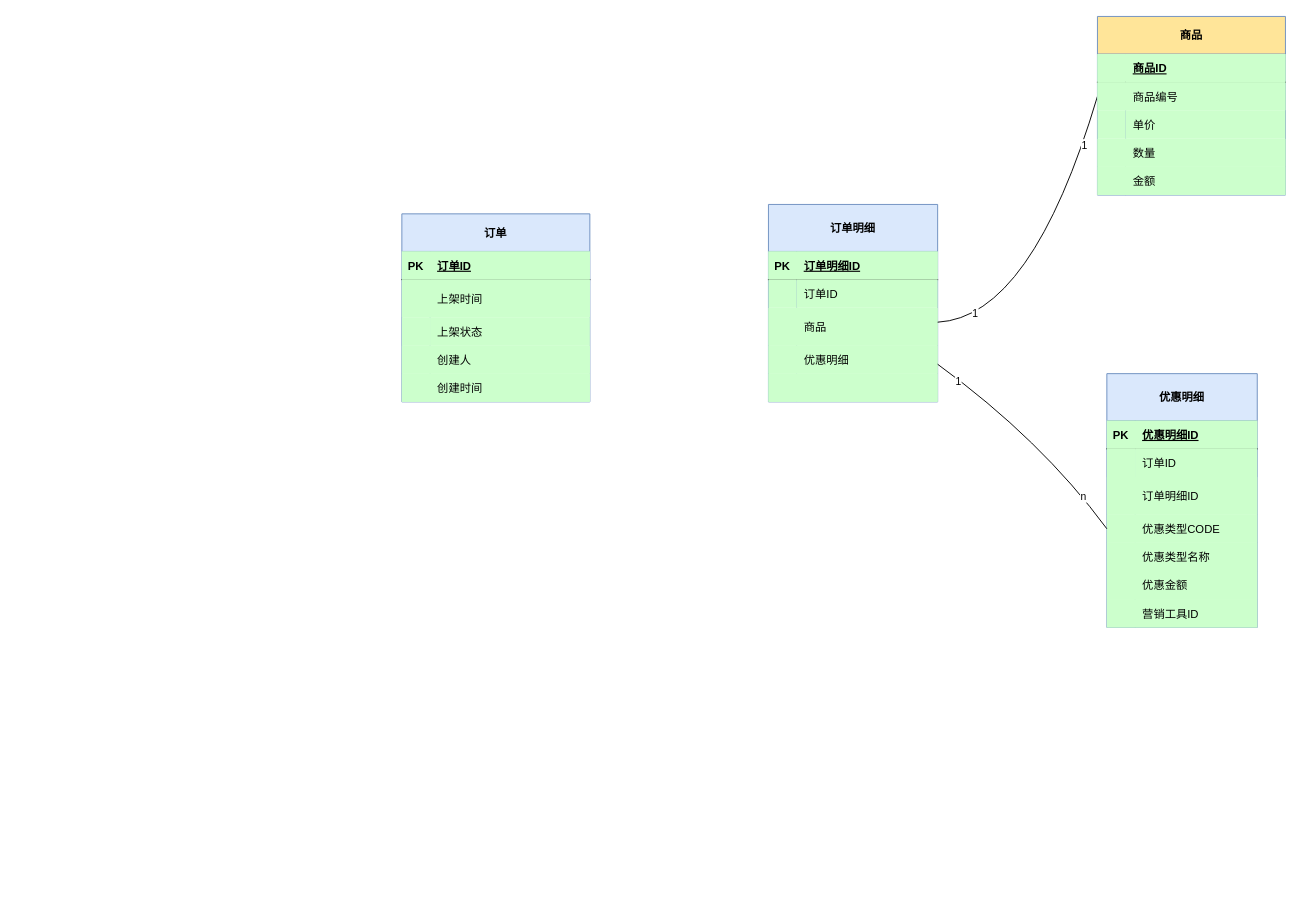
linxiaofan/linhenghui keeps this draw.io diagram as 订单能力.drawio. Above is the earlier version. Source tidied: cells renumbered, new cells numbered last; positions are measured from the earlier drawing's top-left corner, leaving out a move shared by most shapes. Both pictures are drawn from the tidied source at 94%, with x=0, y=0 at pixel (401, 16).
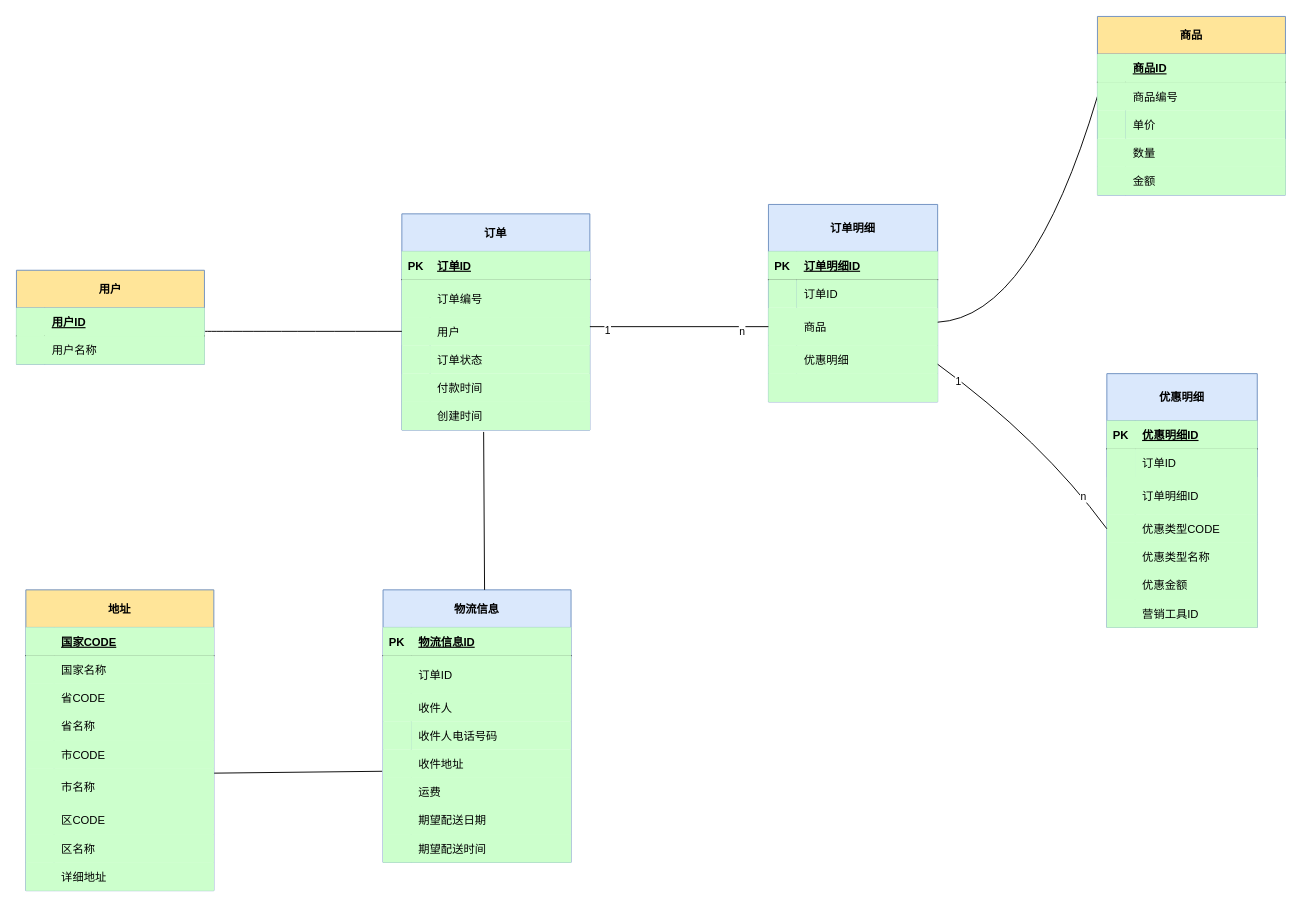
The same page after the edit.

Commit message (it also covers changes not shown here):
更新订单能力.drawio

The change refers to these unchanged cells:
```xml
<mxCell id="6" style="shape=partialRectangle;top=0;left=0;bottom=0;right=0;fillColor=#CCFFCC;" parent="2" vertex="1">
  <mxGeometry y="70" width="200" height="40" as="geometry" />
</mxCell>
<mxCell id="25" style="shape=partialRectangle;top=0;left=0;bottom=0;right=0;points=[[0,0.5],[1,0.5]];portConstraint=eastwest;fillColor=#CCFFCC;" parent="18" vertex="1">
  <mxGeometry y="110" width="180" height="40" as="geometry" />
</mxCell>
<mxCell id="34" style="endArrow=none;html=1;entryX=0;entryY=0.5;entryDx=0;entryDy=0;curved=1;" parent="1" edge="1" source="25" target="41">
  <mxGeometry relative="1" as="geometry">
    <Array as="points">
      <mxPoint x="670" y="320" />
    </Array>
  </mxGeometry>
</mxCell>
```

The edit, as a diff of the source:
```diff
@@
     <mxCell id="2" value="订单" style="shape=table;startSize=40;childLayout=tableLayout;rowLines=0;fontStyle=1;align=center;fillColor=#dae8fc;strokeColor=#6c8ebf;" parent="1" vertex="1">
-      <mxGeometry y="210" width="200" height="200" as="geometry" />
+      <mxGeometry y="210" width="200" height="230" as="geometry" />
     </mxCell>
@@
-    <mxCell id="8" value="上架时间" style="shape=partialRectangle;top=0;left=0;bottom=0;right=0;align=left;spacingLeft=6;overflow=hidden;fillColor=#CCFFCC;" parent="6" vertex="1">
+    <mxCell id="8" value="订单编号" style="shape=partialRectangle;top=0;left=0;bottom=0;right=0;align=left;spacingLeft=6;overflow=hidden;fillColor=#CCFFCC;" parent="6" vertex="1">
       <mxGeometry x="30" width="170" height="40" as="geometry" />
     </mxCell>
+    <mxCell id="78" style="shape=partialRectangle;top=0;left=0;bottom=0;right=0;points=[[0,0.5],[1,0.5]];portConstraint=eastwest;fillColor=#CCFFCC;" parent="2" vertex="1">
+      <mxGeometry y="110" width="200" height="30" as="geometry" />
+    </mxCell>
+    <mxCell id="79" style="shape=partialRectangle;top=0;left=0;bottom=0;right=0;overflow=hidden;fillColor=#CCFFCC;" parent="78" vertex="1">
+      <mxGeometry width="30" height="30" as="geometry" />
+    </mxCell>
+    <mxCell id="80" value="用户" style="shape=partialRectangle;top=0;left=0;bottom=0;right=0;align=left;spacingLeft=6;overflow=hidden;fillColor=#CCFFCC;" parent="78" vertex="1">
+      <mxGeometry x="30" width="170" height="30" as="geometry" />
+    </mxCell>
     <mxCell id="9" style="shape=partialRectangle;fillColor=none;top=0;left=0;bottom=0;right=0;strokeWidth=1;align=left;" parent="2" vertex="1">
-      <mxGeometry y="110" width="200" height="30" as="geometry" />
+      <mxGeometry y="140" width="200" height="30" as="geometry" />
     </mxCell>
@@
-    <mxCell id="11" value="上架状态" style="shape=partialRectangle;top=0;left=0;bottom=0;right=0;align=left;spacingLeft=6;overflow=hidden;strokeColor=#82b366;fillColor=#CCFFCC;" parent="9" vertex="1">
+    <mxCell id="11" value="订单状态" style="shape=partialRectangle;top=0;left=0;bottom=0;right=0;align=left;spacingLeft=6;overflow=hidden;strokeColor=#82b366;fillColor=#CCFFCC;" parent="9" vertex="1">
       <mxGeometry x="30" width="170" height="30" as="geometry" />
     </mxCell>
     <mxCell id="12" style="shape=partialRectangle;top=0;left=0;bottom=0;right=0;fillColor=#CCFFCC;" parent="2" vertex="1">
-      <mxGeometry y="140" width="200" height="30" as="geometry" />
+      <mxGeometry y="170" width="200" height="30" as="geometry" />
     </mxCell>
@@
-    <mxCell id="14" value="创建人" style="shape=partialRectangle;top=0;left=0;bottom=0;right=0;align=left;spacingLeft=6;overflow=hidden;fillColor=#CCFFCC;" parent="12" vertex="1">
+    <mxCell id="14" value="付款时间" style="shape=partialRectangle;top=0;left=0;bottom=0;right=0;align=left;spacingLeft=6;overflow=hidden;fillColor=#CCFFCC;" parent="12" vertex="1">
       <mxGeometry x="30" width="170" height="30" as="geometry" />
     </mxCell>
     <mxCell id="15" style="shape=partialRectangle;top=0;left=0;bottom=0;right=0;points=[[0,0.5],[1,0.5]];portConstraint=eastwest;fillColor=#CCFFCC;" parent="2" vertex="1">
-      <mxGeometry y="170" width="200" height="30" as="geometry" />
+      <mxGeometry y="200" width="200" height="30" as="geometry" />
     </mxCell>
@@
-    <mxCell id="35" value="1" style="edgeLabel;html=1;align=center;verticalAlign=middle;" parent="34" vertex="1">
-      <mxGeometry x="-0.77" y="8" relative="1" as="geometry" />
-    </mxCell>
-    <mxCell id="36" value="1" style="edgeLabel;html=1;align=center;verticalAlign=middle;" parent="34" vertex="1">
-      <mxGeometry x="0.69" y="-1" relative="1" as="geometry" />
-    </mxCell>
@@
+    <mxCell id="81" style="endArrow=none;html=1;curved=1;entryX=0;entryY=0.5;entryDx=0;entryDy=0;" parent="1" edge="1" target="78">
+      <mxGeometry relative="1" as="geometry">
+        <mxPoint x="-210" y="335" as="sourcePoint" />
+      </mxGeometry>
+    </mxCell>
+    <mxCell id="82" value="用户" style="shape=table;startSize=40;childLayout=tableLayout;rowLines=0;fontStyle=1;align=center;strokeColor=#6c8ebf;fillColor=#FFE599;" parent="1" vertex="1">
+      <mxGeometry x="-410" y="270" width="200" height="100" as="geometry" />
+    </mxCell>
+    <mxCell id="83" style="shape=partialRectangle;top=0;left=0;bottom=1;right=0;fillColor=#CCFFCC;" parent="82" vertex="1">
+      <mxGeometry y="40" width="200" height="30" as="geometry" />
+    </mxCell>
+    <mxCell id="84" style="shape=partialRectangle;top=0;left=0;bottom=0;right=0;fontStyle=1;overflow=hidden;fillColor=#CCFFCC;" parent="83" vertex="1">
+      <mxGeometry width="30" height="30" as="geometry" />
+    </mxCell>
+    <mxCell id="85" value="用户ID" style="shape=partialRectangle;top=0;left=0;bottom=0;right=0;align=left;spacingLeft=6;fontStyle=5;overflow=hidden;fillColor=#CCFFCC;" parent="83" vertex="1">
+      <mxGeometry x="30" width="170" height="30" as="geometry" />
+    </mxCell>
+    <mxCell id="86" style="shape=partialRectangle;top=0;left=0;bottom=0;right=0;fillColor=#CCFFCC;" parent="82" vertex="1">
+      <mxGeometry y="70" width="200" height="30" as="geometry" />
+    </mxCell>
+    <mxCell id="87" style="shape=partialRectangle;top=0;left=0;bottom=0;right=0;overflow=hidden;fillColor=#CCFFCC;" parent="86" vertex="1">
+      <mxGeometry width="30" height="30" as="geometry" />
+    </mxCell>
+    <mxCell id="88" value="用户名称" style="shape=partialRectangle;top=0;left=0;bottom=0;right=0;align=left;spacingLeft=6;overflow=hidden;fillColor=#CCFFCC;" parent="86" vertex="1">
+      <mxGeometry x="30" width="170" height="30" as="geometry" />
+    </mxCell>
+    <mxCell id="89" style="endArrow=none;html=1;rounded=0;" parent="1" edge="1" target="25">
+      <mxGeometry relative="1" as="geometry">
+        <mxPoint x="200" y="330" as="sourcePoint" />
+      </mxGeometry>
+    </mxCell>
+    <mxCell id="90" value="1" style="edgeLabel;html=1;align=center;verticalAlign=middle;" parent="89" vertex="1">
+      <mxGeometry x="-0.81" y="-3" relative="1" as="geometry" />
+    </mxCell>
+    <mxCell id="91" value="n" style="edgeLabel;html=1;align=center;verticalAlign=middle;" parent="89" vertex="1">
+      <mxGeometry x="0.69" y="-4" relative="1" as="geometry" />
+    </mxCell>
+    <mxCell id="92" value="物流信息" style="shape=table;startSize=40;childLayout=tableLayout;rowLines=0;fontStyle=1;align=center;fillColor=#dae8fc;strokeColor=#6c8ebf;" parent="1" vertex="1">
+      <mxGeometry x="-20" y="610" width="200" height="290" as="geometry" />
+    </mxCell>
+    <mxCell id="93" style="shape=partialRectangle;top=0;left=0;bottom=1;right=0;fillColor=#CCFFCC;" parent="92" vertex="1">
+      <mxGeometry y="40" width="200" height="30" as="geometry" />
+    </mxCell>
+    <mxCell id="94" value="PK" style="shape=partialRectangle;top=0;left=0;bottom=0;right=0;fontStyle=1;overflow=hidden;fillColor=#CCFFCC;" parent="93" vertex="1">
+      <mxGeometry width="30" height="30" as="geometry" />
+    </mxCell>
+    <mxCell id="95" value="物流信息ID" style="shape=partialRectangle;top=0;left=0;bottom=0;right=0;align=left;spacingLeft=6;fontStyle=5;overflow=hidden;fillColor=#CCFFCC;" parent="93" vertex="1">
+      <mxGeometry x="30" width="170" height="30" as="geometry" />
+    </mxCell>
+    <mxCell id="96" style="shape=partialRectangle;top=0;left=0;bottom=0;right=0;fillColor=#CCFFCC;" parent="92" vertex="1">
+      <mxGeometry y="70" width="200" height="40" as="geometry" />
+    </mxCell>
+    <mxCell id="97" style="shape=partialRectangle;top=0;left=0;bottom=0;right=0;overflow=hidden;fillColor=#CCFFCC;" parent="96" vertex="1">
+      <mxGeometry width="30" height="40" as="geometry" />
+    </mxCell>
+    <mxCell id="98" value="订单ID" style="shape=partialRectangle;top=0;left=0;bottom=0;right=0;align=left;spacingLeft=6;overflow=hidden;fillColor=#CCFFCC;" parent="96" vertex="1">
+      <mxGeometry x="30" width="170" height="40" as="geometry" />
+    </mxCell>
+    <mxCell id="99" style="shape=partialRectangle;top=0;left=0;bottom=0;right=0;fillColor=#CCFFCC;" parent="92" vertex="1">
+      <mxGeometry y="110" width="200" height="30" as="geometry" />
+    </mxCell>
+    <mxCell id="100" style="shape=partialRectangle;top=0;left=0;bottom=0;right=0;overflow=hidden;fillColor=#CCFFCC;" parent="99" vertex="1">
+      <mxGeometry width="30" height="30" as="geometry" />
+    </mxCell>
+    <mxCell id="101" value="收件人" style="shape=partialRectangle;top=0;left=0;bottom=0;right=0;align=left;spacingLeft=6;overflow=hidden;fillColor=#CCFFCC;" parent="99" vertex="1">
+      <mxGeometry x="30" width="170" height="30" as="geometry" />
+    </mxCell>
+    <mxCell id="102" style="shape=partialRectangle;fillColor=none;top=0;left=0;bottom=0;right=0;strokeWidth=1;align=left;" parent="92" vertex="1">
+      <mxGeometry y="140" width="200" height="30" as="geometry" />
+    </mxCell>
+    <mxCell id="103" style="shape=partialRectangle;top=0;left=0;bottom=0;right=0;overflow=hidden;fillColor=#CCFFCC;" parent="102" vertex="1">
+      <mxGeometry width="30" height="30" as="geometry" />
+    </mxCell>
+    <mxCell id="104" value="收件人电话号码" style="shape=partialRectangle;top=0;left=0;bottom=0;right=0;align=left;spacingLeft=6;overflow=hidden;strokeColor=#82b366;fillColor=#CCFFCC;" parent="102" vertex="1">
+      <mxGeometry x="30" width="170" height="30" as="geometry" />
+    </mxCell>
+    <mxCell id="105" style="shape=partialRectangle;top=0;left=0;bottom=0;right=0;points=[[0,0.5],[1,0.5]];portConstraint=eastwest;fillColor=#CCFFCC;" parent="92" vertex="1">
+      <mxGeometry y="170" width="200" height="30" as="geometry" />
+    </mxCell>
+    <mxCell id="106" style="shape=partialRectangle;top=0;left=0;bottom=0;right=0;overflow=hidden;fillColor=#CCFFCC;" parent="105" vertex="1">
+      <mxGeometry width="30" height="30" as="geometry" />
+    </mxCell>
+    <mxCell id="107" value="收件地址" style="shape=partialRectangle;top=0;left=0;bottom=0;right=0;align=left;spacingLeft=6;overflow=hidden;fillColor=#CCFFCC;" parent="105" vertex="1">
+      <mxGeometry x="30" width="170" height="30" as="geometry" />
+    </mxCell>
+    <mxCell id="108" style="shape=partialRectangle;top=0;left=0;bottom=0;right=0;fillColor=#CCFFCC;" parent="92" vertex="1">
+      <mxGeometry y="200" width="200" height="30" as="geometry" />
+    </mxCell>
+    <mxCell id="109" style="shape=partialRectangle;top=0;left=0;bottom=0;right=0;overflow=hidden;fillColor=#CCFFCC;" parent="108" vertex="1">
+      <mxGeometry width="30" height="30" as="geometry" />
+    </mxCell>
+    <mxCell id="110" value="运费" style="shape=partialRectangle;top=0;left=0;bottom=0;right=0;align=left;spacingLeft=6;overflow=hidden;fillColor=#CCFFCC;" parent="108" vertex="1">
+      <mxGeometry x="30" width="170" height="30" as="geometry" />
+    </mxCell>
+    <mxCell id="111" style="shape=partialRectangle;top=0;left=0;bottom=0;right=0;fillColor=#CCFFCC;" parent="92" vertex="1">
+      <mxGeometry y="230" width="200" height="30" as="geometry" />
+    </mxCell>
+    <mxCell id="112" style="shape=partialRectangle;top=0;left=0;bottom=0;right=0;overflow=hidden;fillColor=#CCFFCC;" parent="111" vertex="1">
+      <mxGeometry width="30" height="30" as="geometry" />
+    </mxCell>
+    <mxCell id="113" value="期望配送日期" style="shape=partialRectangle;top=0;left=0;bottom=0;right=0;align=left;spacingLeft=6;overflow=hidden;fillColor=#CCFFCC;" parent="111" vertex="1">
+      <mxGeometry x="30" width="170" height="30" as="geometry" />
+    </mxCell>
+    <mxCell id="114" style="shape=partialRectangle;top=0;left=0;bottom=0;right=0;fillColor=#CCFFCC;" parent="92" vertex="1">
+      <mxGeometry y="260" width="200" height="30" as="geometry" />
+    </mxCell>
+    <mxCell id="115" style="shape=partialRectangle;top=0;left=0;bottom=0;right=0;overflow=hidden;fillColor=#CCFFCC;" parent="114" vertex="1">
+      <mxGeometry width="30" height="30" as="geometry" />
+    </mxCell>
+    <mxCell id="116" value="期望配送时间" style="shape=partialRectangle;top=0;left=0;bottom=0;right=0;align=left;spacingLeft=6;overflow=hidden;fillColor=#CCFFCC;" parent="114" vertex="1">
+      <mxGeometry x="30" width="170" height="30" as="geometry" />
+    </mxCell>
+    <mxCell id="117" style="endArrow=none;html=1;rounded=0;entryX=0.54;entryY=0;entryDx=0;entryDy=0;entryPerimeter=0;exitX=0.435;exitY=1.067;exitDx=0;exitDy=0;exitPerimeter=0;" parent="1" edge="1" source="15" target="92">
+      <mxGeometry relative="1" as="geometry" />
+    </mxCell>
+    <mxCell id="118" style="endArrow=none;html=1;rounded=0;exitX=0.995;exitY=1.167;exitDx=0;exitDy=0;exitPerimeter=0;entryX=-0.005;entryY=0.767;entryDx=0;entryDy=0;entryPerimeter=0;" parent="1" edge="1" source="132" target="105">
+      <mxGeometry relative="1" as="geometry" />
+    </mxCell>
+    <mxCell id="119" value="地址" style="shape=table;startSize=40;childLayout=tableLayout;rowLines=0;fontStyle=1;align=center;strokeColor=#6c8ebf;fillColor=#FFE599;" parent="1" vertex="1">
+      <mxGeometry x="-400" y="610" width="200" height="320" as="geometry" />
+    </mxCell>
+    <mxCell id="120" style="shape=partialRectangle;top=0;left=0;bottom=1;right=0;fillColor=#CCFFCC;" parent="119" vertex="1">
+      <mxGeometry y="40" width="200" height="30" as="geometry" />
+    </mxCell>
+    <mxCell id="121" style="shape=partialRectangle;top=0;left=0;bottom=0;right=0;fontStyle=1;overflow=hidden;fillColor=#CCFFCC;" parent="120" vertex="1">
+      <mxGeometry width="30" height="30" as="geometry" />
+    </mxCell>
+    <mxCell id="122" value="国家CODE" style="shape=partialRectangle;top=0;left=0;bottom=0;right=0;align=left;spacingLeft=6;fontStyle=5;overflow=hidden;fillColor=#CCFFCC;" parent="120" vertex="1">
+      <mxGeometry x="30" width="170" height="30" as="geometry" />
+    </mxCell>
+    <mxCell id="123" style="shape=partialRectangle;top=0;left=0;bottom=0;right=0;fillColor=#CCFFCC;" parent="119" vertex="1">
+      <mxGeometry y="70" width="200" height="30" as="geometry" />
+    </mxCell>
+    <mxCell id="124" style="shape=partialRectangle;top=0;left=0;bottom=0;right=0;overflow=hidden;fillColor=#CCFFCC;" parent="123" vertex="1">
+      <mxGeometry width="30" height="30" as="geometry" />
+    </mxCell>
+    <mxCell id="125" value="国家名称" style="shape=partialRectangle;top=0;left=0;bottom=0;right=0;align=left;spacingLeft=6;overflow=hidden;fillColor=#CCFFCC;" parent="123" vertex="1">
+      <mxGeometry x="30" width="170" height="30" as="geometry" />
+    </mxCell>
+    <mxCell id="126" style="shape=partialRectangle;top=0;left=0;bottom=0;right=0;fillColor=#CCFFCC;" parent="119" vertex="1">
+      <mxGeometry y="100" width="200" height="30" as="geometry" />
+    </mxCell>
+    <mxCell id="127" style="shape=partialRectangle;top=0;left=0;bottom=0;right=0;overflow=hidden;fillColor=#CCFFCC;" parent="126" vertex="1">
+      <mxGeometry width="30" height="30" as="geometry" />
+    </mxCell>
+    <mxCell id="128" value="省CODE" style="shape=partialRectangle;top=0;left=0;bottom=0;right=0;align=left;spacingLeft=6;overflow=hidden;fillColor=#CCFFCC;" parent="126" vertex="1">
+      <mxGeometry x="30" width="170" height="30" as="geometry" />
+    </mxCell>
+    <mxCell id="129" style="shape=partialRectangle;top=0;left=0;bottom=0;right=0;fillColor=#CCFFCC;" parent="119" vertex="1">
+      <mxGeometry y="130" width="200" height="30" as="geometry" />
+    </mxCell>
+    <mxCell id="130" style="shape=partialRectangle;top=0;left=0;bottom=0;right=0;overflow=hidden;fillColor=#CCFFCC;" parent="129" vertex="1">
+      <mxGeometry width="30" height="30" as="geometry" />
+    </mxCell>
+    <mxCell id="131" value="省名称" style="shape=partialRectangle;top=0;left=0;bottom=0;right=0;align=left;spacingLeft=6;overflow=hidden;fillColor=#CCFFCC;" parent="129" vertex="1">
+      <mxGeometry x="30" width="170" height="30" as="geometry" />
+    </mxCell>
+    <mxCell id="132" style="shape=partialRectangle;top=0;left=0;bottom=0;right=0;points=[[0,0.5],[1,0.5]];portConstraint=eastwest;fillColor=#CCFFCC;" parent="119" vertex="1">
+      <mxGeometry y="160" width="200" height="30" as="geometry" />
+    </mxCell>
+    <mxCell id="133" style="shape=partialRectangle;top=0;left=0;bottom=0;right=0;overflow=hidden;fillColor=#CCFFCC;" parent="132" vertex="1">
+      <mxGeometry width="30" height="30" as="geometry" />
+    </mxCell>
+    <mxCell id="134" value="市CODE" style="shape=partialRectangle;top=0;left=0;bottom=0;right=0;align=left;spacingLeft=6;overflow=hidden;fillColor=#CCFFCC;" parent="132" vertex="1">
+      <mxGeometry x="30" width="170" height="30" as="geometry" />
+    </mxCell>
+    <mxCell id="135" style="shape=partialRectangle;top=0;left=0;bottom=0;right=0;fillColor=#CCFFCC;" parent="119" vertex="1">
+      <mxGeometry y="190" width="200" height="40" as="geometry" />
+    </mxCell>
+    <mxCell id="136" style="shape=partialRectangle;top=0;left=0;bottom=0;right=0;overflow=hidden;fillColor=#CCFFCC;" parent="135" vertex="1">
+      <mxGeometry width="30" height="40" as="geometry" />
+    </mxCell>
+    <mxCell id="137" value="市名称" style="shape=partialRectangle;top=0;left=0;bottom=0;right=0;align=left;spacingLeft=6;overflow=hidden;fillColor=#CCFFCC;" parent="135" vertex="1">
+      <mxGeometry x="30" width="170" height="40" as="geometry" />
+    </mxCell>
+    <mxCell id="138" style="shape=partialRectangle;top=0;left=0;bottom=0;right=0;fillColor=#CCFFCC;" parent="119" vertex="1">
+      <mxGeometry y="230" width="200" height="30" as="geometry" />
+    </mxCell>
+    <mxCell id="139" style="shape=partialRectangle;top=0;left=0;bottom=0;right=0;overflow=hidden;fillColor=#CCFFCC;" parent="138" vertex="1">
+      <mxGeometry width="30" height="30" as="geometry" />
+    </mxCell>
+    <mxCell id="140" value="区CODE" style="shape=partialRectangle;top=0;left=0;bottom=0;right=0;align=left;spacingLeft=6;overflow=hidden;fillColor=#CCFFCC;" parent="138" vertex="1">
+      <mxGeometry x="30" width="170" height="30" as="geometry" />
+    </mxCell>
+    <mxCell id="141" style="shape=partialRectangle;top=0;left=0;bottom=0;right=0;fillColor=#CCFFCC;" parent="119" vertex="1">
+      <mxGeometry y="260" width="200" height="30" as="geometry" />
+    </mxCell>
+    <mxCell id="142" style="shape=partialRectangle;top=0;left=0;bottom=0;right=0;overflow=hidden;fillColor=#CCFFCC;" parent="141" vertex="1">
+      <mxGeometry width="30" height="30" as="geometry" />
+    </mxCell>
+    <mxCell id="143" value="区名称" style="shape=partialRectangle;top=0;left=0;bottom=0;right=0;align=left;spacingLeft=6;overflow=hidden;fillColor=#CCFFCC;" parent="141" vertex="1">
+      <mxGeometry x="30" width="170" height="30" as="geometry" />
+    </mxCell>
+    <mxCell id="144" style="shape=partialRectangle;top=0;left=0;bottom=0;right=0;fillColor=#CCFFCC;" parent="119" vertex="1">
+      <mxGeometry y="290" width="200" height="30" as="geometry" />
+    </mxCell>
+    <mxCell id="145" style="shape=partialRectangle;top=0;left=0;bottom=0;right=0;overflow=hidden;fillColor=#CCFFCC;" parent="144" vertex="1">
+      <mxGeometry width="30" height="30" as="geometry" />
+    </mxCell>
+    <mxCell id="146" value="详细地址" style="shape=partialRectangle;top=0;left=0;bottom=0;right=0;align=left;spacingLeft=6;overflow=hidden;fillColor=#CCFFCC;" parent="144" vertex="1">
+      <mxGeometry x="30" width="170" height="30" as="geometry" />
+    </mxCell>
```
